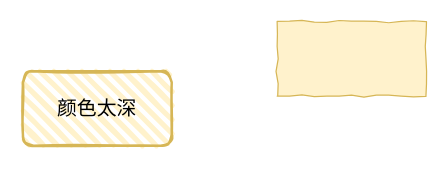
Earlier version of the draw.io diagram new.drawio (Mrdddhy/DrawIO_Pitcture). Source tidied: cells renumbered, new cells numbered last; positions are measured from the earlier drawing's top-left corner, leaving out a move shared by most shapes. Both pictures are drawn from the tidied source at 124%, with x=0, y=0 at pixel (22, 21).
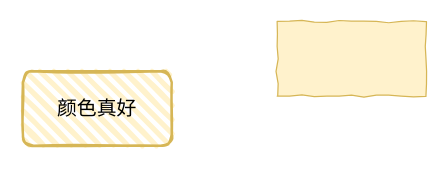
The same diagram, later.

Change to the diagram source:
```diff
@@
 <mxGraphModel>
   <root>
     <mxCell id="0" />
     <mxCell id="1" parent="0" />
     <mxCell id="2" style="rounded=0;whiteSpace=wrap;html=1;fontSize=16;comic=1;fillColor=#fff2cc;strokeColor=#d6b656;" parent="1" vertex="1">
       <mxGeometry x="205" width="120" height="60" as="geometry" />
     </mxCell>
-    <mxCell id="3" value="颜色太深" style="rounded=1;whiteSpace=wrap;html=1;strokeWidth=2;fillWeight=4;hachureGap=8;hachureAngle=45;fillColor=#fff2cc;sketch=1;comic=1;fontSize=16;strokeColor=#d6b656;" parent="1" vertex="1">
+    <mxCell id="3" value="颜色真好" style="rounded=1;whiteSpace=wrap;html=1;strokeWidth=2;fillWeight=4;hachureGap=8;hachureAngle=45;fillColor=#fff2cc;sketch=1;comic=1;fontSize=16;strokeColor=#d6b656;" parent="1" vertex="1">
       <mxGeometry y="40" width="120" height="60" as="geometry" />
     </mxCell>
   </root>
 </mxGraphModel>
```
